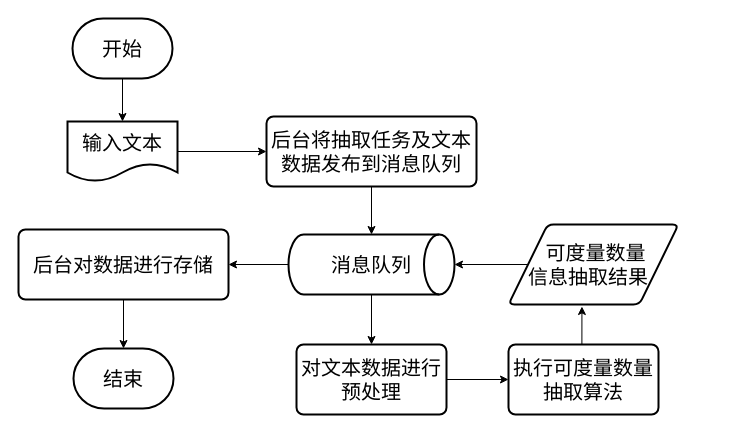
Earlier version of the draw.io diagram page "后端算法流程图" (13 of 13) of master_paper.drawio (JJackMoO/Jackert_draw). Source tidied: cells renumbered, new cells numbered last; positions are measured from the earlier drawing's top-left corner, leaving out a move shared by most shapes. Both pictures are drawn from the tidied source at 100%, with x=0, y=0 at pixel (18, 18).
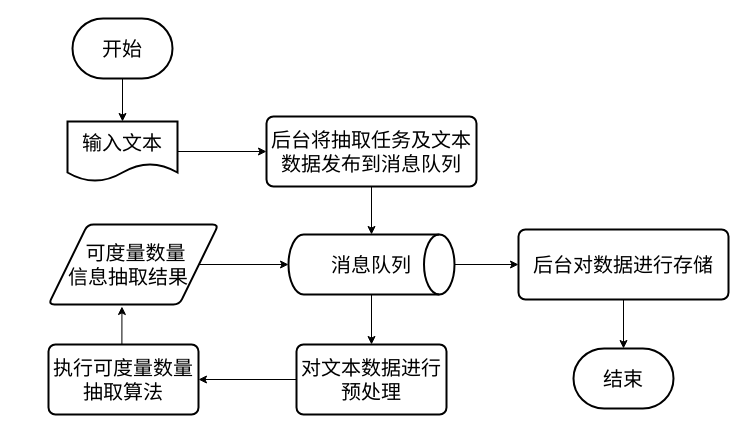
Above is the later version.

Diff of the diagram source:
```diff
@@
 <mxGraphModel>
   <root>
     <mxCell id="0" />
     <mxCell id="1" parent="0" />
+    <mxCell id="3" style="edgeStyle=orthogonalEdgeStyle;rounded=0;jettySize=auto;html=1;exitX=0.5;exitY=1;exitDx=0;exitDy=0;exitPerimeter=0;entryX=0.5;entryY=0;entryDx=0;entryDy=0;" parent="1" edge="1" source="4" target="11">
+      <mxGeometry relative="1" as="geometry" />
+    </mxCell>
-    <mxCell id="2" style="edgeStyle=orthogonalEdgeStyle;rounded=0;jettySize=auto;html=1;exitX=0;exitY=0.5;exitDx=0;exitDy=0;exitPerimeter=0;entryX=1;entryY=0.5;entryDx=0;entryDy=0;" parent="1" edge="1" source="4" target="15">
+    <mxCell id="2" style="edgeStyle=orthogonalEdgeStyle;rounded=0;jettySize=auto;html=1;exitX=1;exitY=0.5;exitDx=0;exitDy=0;exitPerimeter=0;entryX=0;entryY=0.5;entryDx=0;entryDy=0;" parent="1" edge="1" source="4" target="15">
       <mxGeometry relative="1" as="geometry" />
     </mxCell>
-    <mxCell id="3" style="edgeStyle=orthogonalEdgeStyle;rounded=0;jettySize=auto;html=1;exitX=0.5;exitY=1;exitDx=0;exitDy=0;exitPerimeter=0;entryX=0.5;entryY=0;entryDx=0;entryDy=0;" parent="1" edge="1" source="4" target="11">
-      <mxGeometry relative="1" as="geometry" />
-    </mxCell>
     <mxCell id="4" value="&lt;font style=&quot;font-size: 20px;&quot; face=&quot;Times New Roman&quot;&gt;消息队列&lt;/font&gt;" style="strokeWidth=2;html=1;shape=mxgraph.flowchart.direct_data;whiteSpace=wrap;" parent="1" vertex="1">
       <mxGeometry x="270" y="216" width="166" height="60" as="geometry" />
     </mxCell>
     <mxCell id="5" style="edgeStyle=orthogonalEdgeStyle;rounded=0;jettySize=auto;html=1;exitX=1;exitY=0.5;exitDx=0;exitDy=0;entryX=0;entryY=0.5;entryDx=0;entryDy=0;" parent="1" edge="1" source="6" target="9">
       <mxGeometry relative="1" as="geometry" />
     </mxCell>
     <mxCell id="6" value="&lt;span style=&quot;font-family: &amp;quot;Times New Roman&amp;quot;; font-size: 20px;&quot;&gt;输入文本&lt;/span&gt;" style="shape=document;whiteSpace=wrap;html=1;boundedLbl=1;strokeWidth=2;" parent="1" vertex="1">
       <mxGeometry x="49" y="103" width="110" height="60" as="geometry" />
     </mxCell>
     <mxCell id="7" style="edgeStyle=orthogonalEdgeStyle;rounded=0;jettySize=auto;html=1;exitX=0.5;exitY=1;exitDx=0;exitDy=0;exitPerimeter=0;entryX=0.5;entryY=0;entryDx=0;entryDy=0;" parent="1" edge="1" source="8" target="6">
       <mxGeometry relative="1" as="geometry" />
     </mxCell>
     <mxCell id="8" value="&lt;font style=&quot;font-size: 20px;&quot; face=&quot;Times New Roman&quot;&gt;开始&lt;/font&gt;" style="strokeWidth=2;html=1;shape=mxgraph.flowchart.terminator;whiteSpace=wrap;" parent="1" vertex="1">
       <mxGeometry x="54" width="100" height="60" as="geometry" />
     </mxCell>
     <mxCell id="9" value="&lt;font style=&quot;font-size: 20px;&quot; face=&quot;Times New Roman&quot;&gt;后台将抽取任务及文本数据发布到消息队列&lt;/font&gt;" style="rounded=1;whiteSpace=wrap;html=1;absoluteArcSize=1;arcSize=14;strokeWidth=2;" parent="1" vertex="1">
       <mxGeometry x="248" y="98" width="210" height="70" as="geometry" />
     </mxCell>
-    <mxCell id="10" style="edgeStyle=orthogonalEdgeStyle;rounded=0;jettySize=auto;html=1;exitX=1;exitY=0.5;exitDx=0;exitDy=0;entryX=0;entryY=0.5;entryDx=0;entryDy=0;" parent="1" edge="1" source="11" target="17">
+    <mxCell id="10" style="edgeStyle=orthogonalEdgeStyle;rounded=0;jettySize=auto;html=1;exitX=0;exitY=0.5;exitDx=0;exitDy=0;entryX=1;entryY=0.5;entryDx=0;entryDy=0;" parent="1" edge="1" source="11" target="17">
       <mxGeometry relative="1" as="geometry" />
     </mxCell>
     <mxCell id="11" value="&lt;font style=&quot;font-size: 20px;&quot; face=&quot;Times New Roman&quot;&gt;对文本数据进行预处理&lt;/font&gt;" style="rounded=1;whiteSpace=wrap;html=1;absoluteArcSize=1;arcSize=14;strokeWidth=2;" parent="1" vertex="1">
       <mxGeometry x="278" y="326" width="150" height="70" as="geometry" />
     </mxCell>
     <mxCell id="12" value="&lt;font style=&quot;font-size: 20px;&quot; face=&quot;Times New Roman&quot;&gt;&amp;nbsp;可度量数量&lt;/font&gt;&lt;div&gt;&lt;font style=&quot;font-size: 20px;&quot; face=&quot;Times New Roman&quot;&gt;信息抽取结果&amp;nbsp;&amp;nbsp;&lt;/font&gt;&lt;/div&gt;" style="shape=parallelogram;html=1;strokeWidth=2;perimeter=parallelogramPerimeter;whiteSpace=wrap;rounded=1;arcSize=12;size=0.23;" parent="1" vertex="1">
-      <mxGeometry x="490" y="206" width="170" height="80" as="geometry" />
+      <mxGeometry x="30" y="206" width="170" height="80" as="geometry" />
     </mxCell>
     <mxCell id="13" style="edgeStyle=orthogonalEdgeStyle;rounded=0;jettySize=auto;html=1;exitX=0.5;exitY=1;exitDx=0;exitDy=0;entryX=0.5;entryY=0;entryDx=0;entryDy=0;entryPerimeter=0;" parent="1" edge="1" source="9" target="4">
       <mxGeometry relative="1" as="geometry" />
     </mxCell>
     <mxCell id="14" style="edgeStyle=orthogonalEdgeStyle;rounded=0;jettySize=auto;html=1;exitX=0.5;exitY=1;exitDx=0;exitDy=0;entryX=0.5;entryY=0;entryDx=0;entryDy=0;entryPerimeter=0;" parent="1" edge="1" source="15" target="16">
       <mxGeometry relative="1" as="geometry" />
     </mxCell>
     <mxCell id="15" value="&lt;font style=&quot;font-size: 20px;&quot; face=&quot;Times New Roman&quot;&gt;后台对数据进行存储&lt;/font&gt;" style="rounded=1;whiteSpace=wrap;html=1;absoluteArcSize=1;arcSize=14;strokeWidth=2;" parent="1" vertex="1">
-      <mxGeometry y="211" width="210" height="70" as="geometry" />
+      <mxGeometry x="500" y="211" width="210" height="70" as="geometry" />
     </mxCell>
     <mxCell id="16" value="&lt;font style=&quot;font-size: 20px;&quot; face=&quot;Times New Roman&quot;&gt;结束&lt;/font&gt;" style="strokeWidth=2;html=1;shape=mxgraph.flowchart.terminator;whiteSpace=wrap;" parent="1" vertex="1">
-      <mxGeometry x="55" y="330" width="100" height="60" as="geometry" />
+      <mxGeometry x="555" y="330" width="100" height="60" as="geometry" />
     </mxCell>
     <mxCell id="17" value="&lt;font style=&quot;font-size: 20px;&quot; face=&quot;Times New Roman&quot;&gt;执行可度量数量抽取&lt;/font&gt;&lt;span style=&quot;font-family: &amp;quot;Times New Roman&amp;quot;; font-size: 20px;&quot;&gt;算法&lt;/span&gt;" style="rounded=1;whiteSpace=wrap;html=1;absoluteArcSize=1;arcSize=14;strokeWidth=2;" parent="1" vertex="1">
-      <mxGeometry x="490" y="326" width="150" height="70" as="geometry" />
+      <mxGeometry x="30" y="326" width="150" height="70" as="geometry" />
     </mxCell>
     <mxCell id="18" style="edgeStyle=orthogonalEdgeStyle;rounded=0;jettySize=auto;html=1;exitX=0.5;exitY=0;exitDx=0;exitDy=0;entryX=0.432;entryY=1.025;entryDx=0;entryDy=0;entryPerimeter=0;" parent="1" edge="1" source="17" target="12">
       <mxGeometry relative="1" as="geometry" />
     </mxCell>
-    <mxCell id="19" style="edgeStyle=orthogonalEdgeStyle;rounded=0;jettySize=auto;html=1;exitX=0;exitY=0.5;exitDx=0;exitDy=0;entryX=1;entryY=0.5;entryDx=0;entryDy=0;entryPerimeter=0;" parent="1" edge="1" source="12" target="4">
+    <mxCell id="19" style="edgeStyle=orthogonalEdgeStyle;rounded=0;jettySize=auto;html=1;exitX=1;exitY=0.5;exitDx=0;exitDy=0;entryX=0;entryY=0.5;entryDx=0;entryDy=0;entryPerimeter=0;" parent="1" edge="1" source="12" target="4">
       <mxGeometry relative="1" as="geometry" />
     </mxCell>
   </root>
 </mxGraphModel>
```
